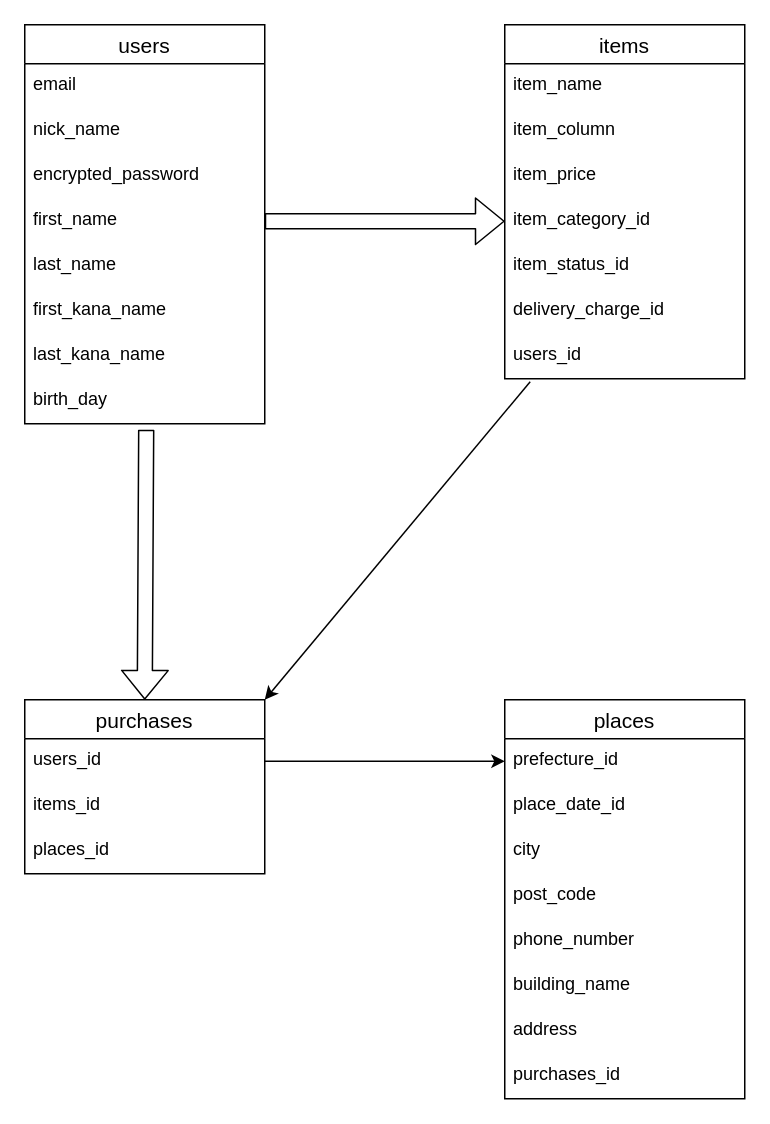
03040610/furima-39016 keeps this draw.io diagram as table.dio. Above is the earlier version. Source tidied: cells renumbered, new cells numbered last; positions are measured from the earlier drawing's top-left corner, leaving out a move shared by most shapes. Both pictures are drawn from the tidied source at 150%, with x=0, y=0 at pixel (24, 24).
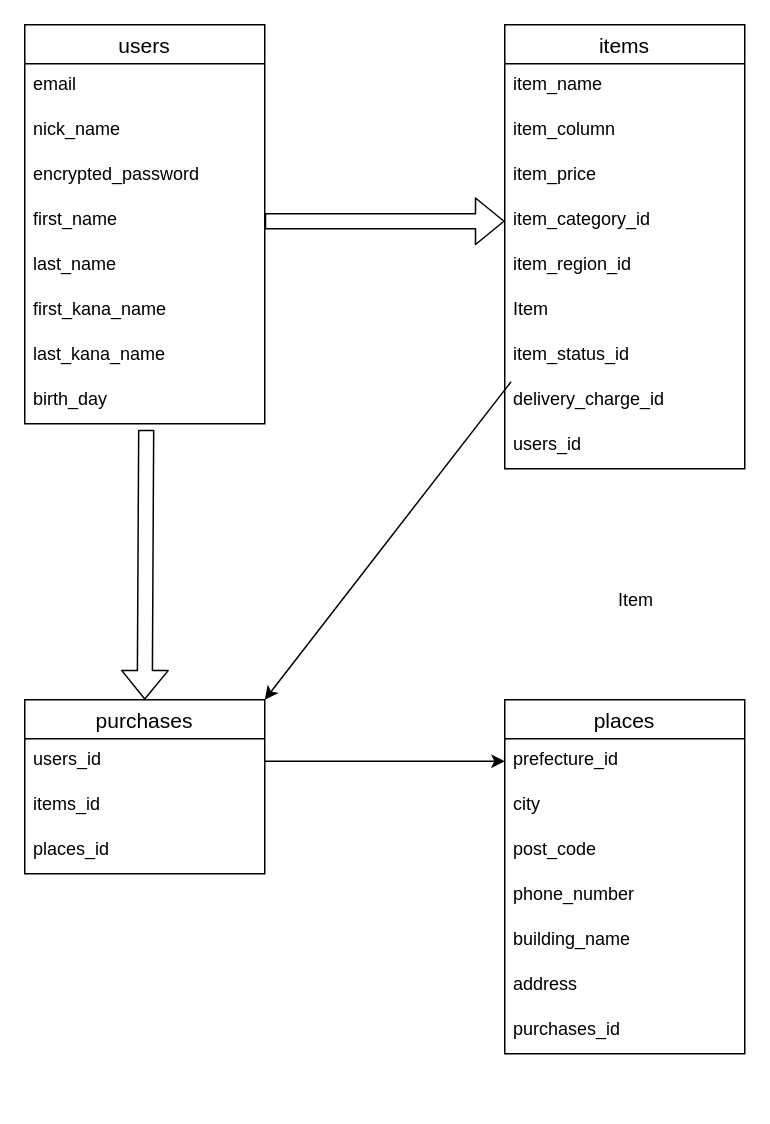
Above is the later version.

Commit message (it also covers changes not shown here):
再々々データベース修正

The change refers to these unchanged cells:
```xml
<mxCell id="28" value="purchases" style="swimlane;fontStyle=0;horizontal=1;startSize=26;align=center;fontSize=14;" parent="1" vertex="1">
  <mxGeometry y="450" width="160" height="116" as="geometry" />
</mxCell>
```

The edit, as a diff of the source:
```diff
@@
     <mxCell id="11" value="items" style="swimlane;fontStyle=0;horizontal=1;startSize=26;align=center;fontSize=14;" parent="1" vertex="1">
-      <mxGeometry x="320" width="160" height="236" as="geometry" />
+      <mxGeometry x="320" width="160" height="296" as="geometry" />
     </mxCell>
@@
+    <mxCell id="36" value="item_region_id" style="text;strokeColor=none;fillColor=none;spacingLeft=4;spacingRight=4;overflow=hidden;fontSize=12;" parent="11" vertex="1">
+      <mxGeometry y="146" width="160" height="30" as="geometry" />
+    </mxCell>
+    <mxCell id="37" value="Item" style="text;strokeColor=none;fillColor=none;spacingLeft=4;spacingRight=4;overflow=hidden;fontSize=12;" parent="11" vertex="1">
+      <mxGeometry y="176" width="160" height="30" as="geometry" />
+    </mxCell>
     <mxCell id="16" value="item_status_id" style="text;strokeColor=none;fillColor=none;spacingLeft=4;spacingRight=4;overflow=hidden;fontSize=12;" parent="11" vertex="1">
-      <mxGeometry y="146" width="160" height="30" as="geometry" />
+      <mxGeometry y="206" width="160" height="30" as="geometry" />
     </mxCell>
     <mxCell id="17" value="delivery_charge_id" style="text;strokeColor=none;fillColor=none;spacingLeft=4;spacingRight=4;overflow=hidden;fontSize=12;" parent="11" vertex="1">
-      <mxGeometry y="176" width="160" height="30" as="geometry" />
+      <mxGeometry y="236" width="160" height="30" as="geometry" />
     </mxCell>
     <mxCell id="18" value="users_id" style="text;strokeColor=none;fillColor=none;spacingLeft=4;spacingRight=4;overflow=hidden;points=[[0,0.5],[1,0.5]];portConstraint=eastwest;fontSize=12;" parent="11" vertex="1">
-      <mxGeometry y="206" width="160" height="30" as="geometry" />
+      <mxGeometry y="266" width="160" height="30" as="geometry" />
     </mxCell>
     <mxCell id="19" value="places" style="swimlane;fontStyle=0;horizontal=1;startSize=26;align=center;fontSize=14;" parent="1" vertex="1">
-      <mxGeometry x="320" y="450" width="160" height="266" as="geometry" />
+      <mxGeometry x="320" y="450" width="160" height="236" as="geometry" />
     </mxCell>
@@
-    <mxCell id="21" value="place_date_id" style="text;strokeColor=none;fillColor=none;spacingLeft=4;spacingRight=4;overflow=hidden;fontSize=12;" parent="19" vertex="1">
-      <mxGeometry y="56" width="160" height="30" as="geometry" />
-    </mxCell>
     <mxCell id="22" value="city" style="text;strokeColor=none;fillColor=none;spacingLeft=4;spacingRight=4;overflow=hidden;fontSize=12;" parent="19" vertex="1">
-      <mxGeometry y="86" width="160" height="30" as="geometry" />
+      <mxGeometry y="56" width="160" height="30" as="geometry" />
     </mxCell>
     <mxCell id="23" value="post_code" style="text;strokeColor=none;fillColor=none;spacingLeft=4;spacingRight=4;overflow=hidden;fontSize=12;" parent="19" vertex="1">
-      <mxGeometry y="116" width="160" height="30" as="geometry" />
+      <mxGeometry y="86" width="160" height="30" as="geometry" />
     </mxCell>
     <mxCell id="24" value="phone_number" style="text;strokeColor=none;fillColor=none;spacingLeft=4;spacingRight=4;overflow=hidden;fontSize=12;" parent="19" vertex="1">
-      <mxGeometry y="146" width="160" height="30" as="geometry" />
+      <mxGeometry y="116" width="160" height="30" as="geometry" />
     </mxCell>
     <mxCell id="25" value="building_name" style="text;strokeColor=none;fillColor=none;spacingLeft=4;spacingRight=4;overflow=hidden;fontSize=12;" parent="19" vertex="1">
-      <mxGeometry y="176" width="160" height="30" as="geometry" />
+      <mxGeometry y="146" width="160" height="30" as="geometry" />
     </mxCell>
     <mxCell id="26" value="address" style="text;strokeColor=none;fillColor=none;spacingLeft=4;spacingRight=4;overflow=hidden;fontSize=12;" parent="19" vertex="1">
-      <mxGeometry y="206" width="160" height="30" as="geometry" />
+      <mxGeometry y="176" width="160" height="30" as="geometry" />
     </mxCell>
     <mxCell id="27" value="purchases_id" style="text;strokeColor=none;fillColor=none;spacingLeft=4;spacingRight=4;overflow=hidden;fontSize=12;" parent="19" vertex="1">
-      <mxGeometry y="236" width="160" height="30" as="geometry" />
+      <mxGeometry y="206" width="160" height="30" as="geometry" />
     </mxCell>
@@
-    <mxCell id="34" style="edgeStyle=none;html=1;exitX=0.106;exitY=1.067;exitDx=0;exitDy=0;entryX=1;entryY=0;entryDx=0;entryDy=0;exitPerimeter=0;" parent="1" edge="1" source="18" target="28">
-      <mxGeometry relative="1" as="geometry" />
+    <mxCell id="34" style="edgeStyle=none;html=1;exitX=0.106;exitY=1.067;exitDx=0;exitDy=0;entryX=1;entryY=0;entryDx=0;entryDy=0;exitPerimeter=0;startArrow=none;" parent="1" edge="1" target="28">
+      <mxGeometry relative="1" as="geometry">
+        <mxPoint x="324.2" y="238" as="sourcePoint" />
+      </mxGeometry>
     </mxCell>
@@
+    <mxCell id="38" value="Item" style="text;strokeColor=none;fillColor=none;spacingLeft=4;spacingRight=4;overflow=hidden;fontSize=12;" parent="1" vertex="1">
+      <mxGeometry x="390" y="370" width="40" height="30" as="geometry" />
+    </mxCell>
```
